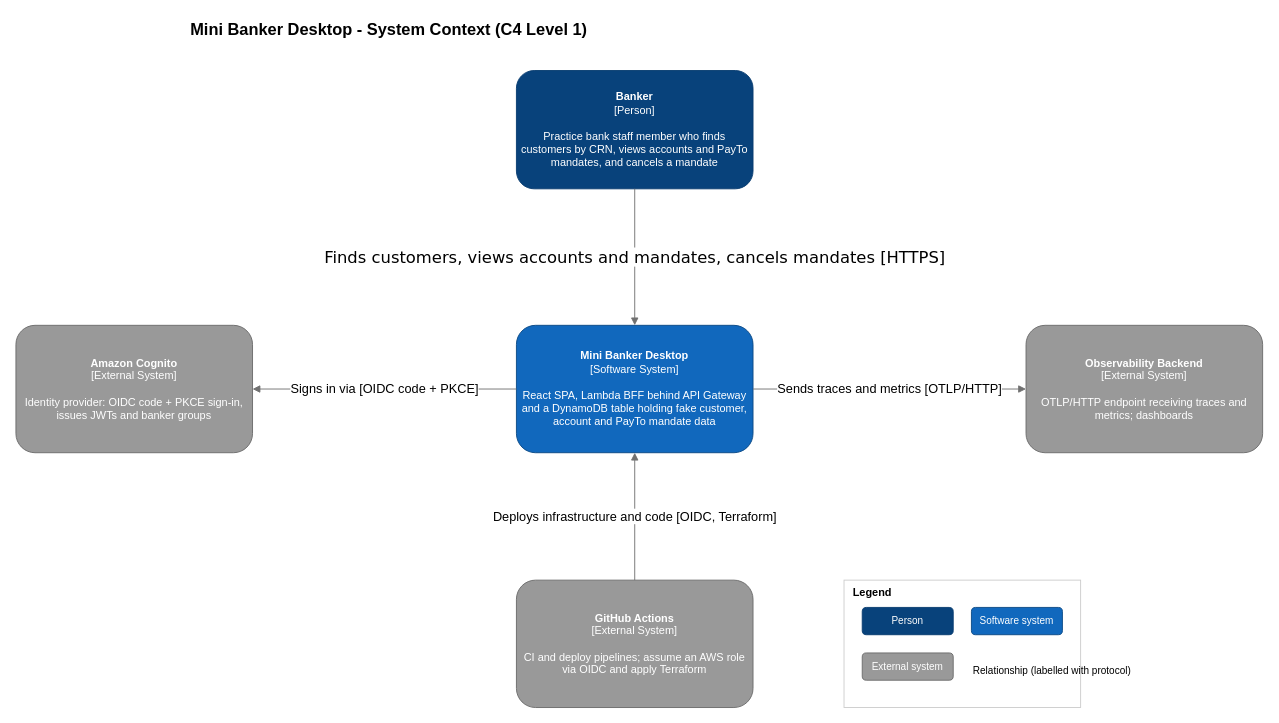
The draw.io diagram docs/diagrams/c4-1-context.drawio in quyhoaphantruong/mini-banker-web, before the edit. Source tidied: cells renumbered, new cells numbered last; positions are measured from the earlier drawing's top-left corner, leaving out a move shared by most shapes. Both pictures are drawn from the tidied source at 91%, with x=0, y=0 at pixel (15, 15).
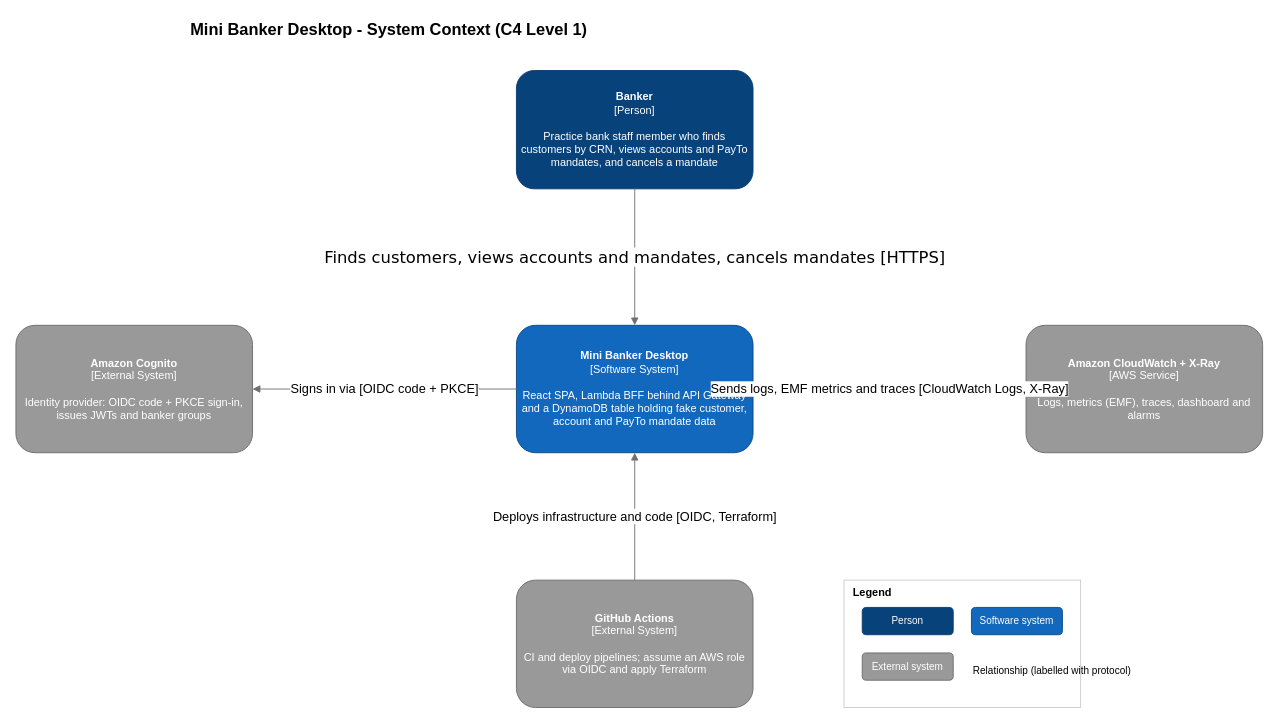
Above is the later version.

Diff of the diagram source:
```diff
@@
 <mxGraphModel>
   <root>
     <mxCell id="0" />
     <mxCell id="1" parent="0" />
     <mxCell id="2" value="&lt;b&gt;Mini Banker Desktop - System Context (C4 Level 1)&lt;/b&gt;" style="text;html=1;align=left;verticalAlign=middle;fontSize=18;" parent="1" vertex="1">
       <mxGeometry x="190" width="700" height="30" as="geometry" />
     </mxCell>
     <mxCell id="3" value="&lt;b&gt;Banker&lt;/b&gt;&lt;br&gt;[Person]&lt;br&gt;&lt;br&gt;Practice bank staff member who finds customers by CRN, views accounts and PayTo mandates, and cancels a mandate" style="rounded=1;whiteSpace=wrap;html=1;fillColor=#08427B;strokeColor=#073B6F;fontColor=#FFFFFF;fontSize=12;" parent="1" vertex="1">
       <mxGeometry x="550" y="60" width="260" height="130" as="geometry" />
     </mxCell>
     <mxCell id="4" value="&lt;b&gt;Mini Banker Desktop&lt;/b&gt;&lt;br&gt;[Software System]&lt;br&gt;&lt;br&gt;React SPA, Lambda BFF behind API Gateway and a DynamoDB table holding fake customer, account and PayTo mandate data" style="rounded=1;whiteSpace=wrap;html=1;fillColor=#1168BD;strokeColor=#0B4884;fontColor=#FFFFFF;fontSize=12;" parent="1" vertex="1">
       <mxGeometry x="550" y="340" width="260" height="140" as="geometry" />
     </mxCell>
     <mxCell id="5" value="&lt;b&gt;Amazon Cognito&lt;/b&gt;&lt;br&gt;[External System]&lt;br&gt;&lt;br&gt;Identity provider: OIDC code + PKCE sign-in, issues JWTs and banker groups" style="rounded=1;whiteSpace=wrap;html=1;fillColor=#999999;strokeColor=#6B6B6B;fontColor=#FFFFFF;fontSize=12;" parent="1" vertex="1">
       <mxGeometry y="340" width="260" height="140" as="geometry" />
     </mxCell>
-    <mxCell id="6" value="&lt;b&gt;Observability Backend&lt;/b&gt;&lt;br&gt;[External System]&lt;br&gt;&lt;br&gt;OTLP/HTTP endpoint receiving traces and metrics; dashboards" style="rounded=1;whiteSpace=wrap;html=1;fillColor=#999999;strokeColor=#6B6B6B;fontColor=#FFFFFF;fontSize=12;" parent="1" vertex="1">
+    <mxCell id="6" value="&lt;b&gt;Amazon CloudWatch + X-Ray&lt;/b&gt;&lt;br&gt;[AWS Service]&lt;br&gt;&lt;br&gt;Logs, metrics (EMF), traces, dashboard and alarms" style="rounded=1;whiteSpace=wrap;html=1;fillColor=#999999;strokeColor=#6B6B6B;fontColor=#FFFFFF;fontSize=12;" parent="1" vertex="1">
       <mxGeometry x="1110" y="340" width="260" height="140" as="geometry" />
     </mxCell>
     <mxCell id="7" value="&lt;b&gt;GitHub Actions&lt;/b&gt;&lt;br&gt;[External System]&lt;br&gt;&lt;br&gt;CI and deploy pipelines; assume an AWS role via OIDC and apply Terraform" style="rounded=1;whiteSpace=wrap;html=1;fillColor=#999999;strokeColor=#6B6B6B;fontColor=#FFFFFF;fontSize=12;" parent="1" vertex="1">
       <mxGeometry x="550" y="620" width="260" height="140" as="geometry" />
     </mxCell>
     <mxCell id="8" value="&lt;font style=&quot;font-size: 18px;&quot; face=&quot;Verdana&quot;&gt;Finds customers, views accounts and mandates, cancels mandates [HTTPS]&lt;/font&gt;" style="edgeStyle=orthogonalEdgeStyle;rounded=0;html=1;endArrow=block;endFill=1;strokeColor=#707070;fontSize=11;" parent="1" edge="1" source="3" target="4">
       <mxGeometry relative="1" as="geometry" />
     </mxCell>
     <mxCell id="9" value="&lt;font style=&quot;font-size: 14px;&quot;&gt;Signs in via [OIDC code + PKCE]&lt;/font&gt;" style="edgeStyle=orthogonalEdgeStyle;rounded=0;html=1;endArrow=block;endFill=1;strokeColor=#707070;fontSize=11;" parent="1" edge="1" source="4" target="5">
       <mxGeometry relative="1" as="geometry" />
     </mxCell>
-    <mxCell id="10" value="&lt;font style=&quot;font-size: 14px;&quot;&gt;Sends traces and metrics [OTLP/HTTP]&lt;/font&gt;" style="edgeStyle=orthogonalEdgeStyle;rounded=0;html=1;endArrow=block;endFill=1;strokeColor=#707070;fontSize=11;" parent="1" edge="1" source="4" target="6">
+    <mxCell id="10" value="&lt;font style=&quot;font-size: 14px;&quot;&gt;Sends logs, EMF metrics and traces [CloudWatch Logs, X-Ray]&lt;/font&gt;" style="edgeStyle=orthogonalEdgeStyle;rounded=0;html=1;endArrow=block;endFill=1;strokeColor=#707070;fontSize=11;" parent="1" edge="1" source="4" target="6">
       <mxGeometry relative="1" as="geometry" />
     </mxCell>
     <mxCell id="11" value="&lt;font style=&quot;font-size: 14px;&quot;&gt;Deploys infrastructure and code [OIDC, Terraform]&lt;/font&gt;" style="edgeStyle=orthogonalEdgeStyle;rounded=0;html=1;endArrow=block;endFill=1;strokeColor=#707070;fontSize=11;" parent="1" edge="1" source="7" target="4">
       <mxGeometry relative="1" as="geometry" />
     </mxCell>
     <mxCell id="12" value="&lt;b&gt;Legend&lt;/b&gt;" style="rounded=0;whiteSpace=wrap;html=1;verticalAlign=top;align=left;spacingLeft=8;fillColor=#FFFFFF;strokeColor=#CCCCCC;" parent="1" vertex="1">
       <mxGeometry x="910" y="620" width="260" height="140" as="geometry" />
     </mxCell>
     <mxCell id="13" value="Person" style="rounded=1;whiteSpace=wrap;html=1;fillColor=#08427B;strokeColor=#073B6F;fontColor=#FFFFFF;fontSize=11;" parent="1" vertex="1">
       <mxGeometry x="930" y="650" width="100" height="30" as="geometry" />
     </mxCell>
     <mxCell id="14" value="Software system" style="rounded=1;whiteSpace=wrap;html=1;fillColor=#1168BD;strokeColor=#0B4884;fontColor=#FFFFFF;fontSize=11;" parent="1" vertex="1">
       <mxGeometry x="1050" y="650" width="100" height="30" as="geometry" />
     </mxCell>
     <mxCell id="15" value="External system" style="rounded=1;whiteSpace=wrap;html=1;fillColor=#999999;strokeColor=#6B6B6B;fontColor=#FFFFFF;fontSize=11;" parent="1" vertex="1">
       <mxGeometry x="930" y="700" width="100" height="30" as="geometry" />
     </mxCell>
     <mxCell id="16" value="Relationship (labelled with protocol)" style="text;html=1;align=left;verticalAlign=middle;fontSize=11;" parent="1" vertex="1">
       <mxGeometry x="1050" y="700" width="110" height="40" as="geometry" />
     </mxCell>
   </root>
 </mxGraphModel>
```
